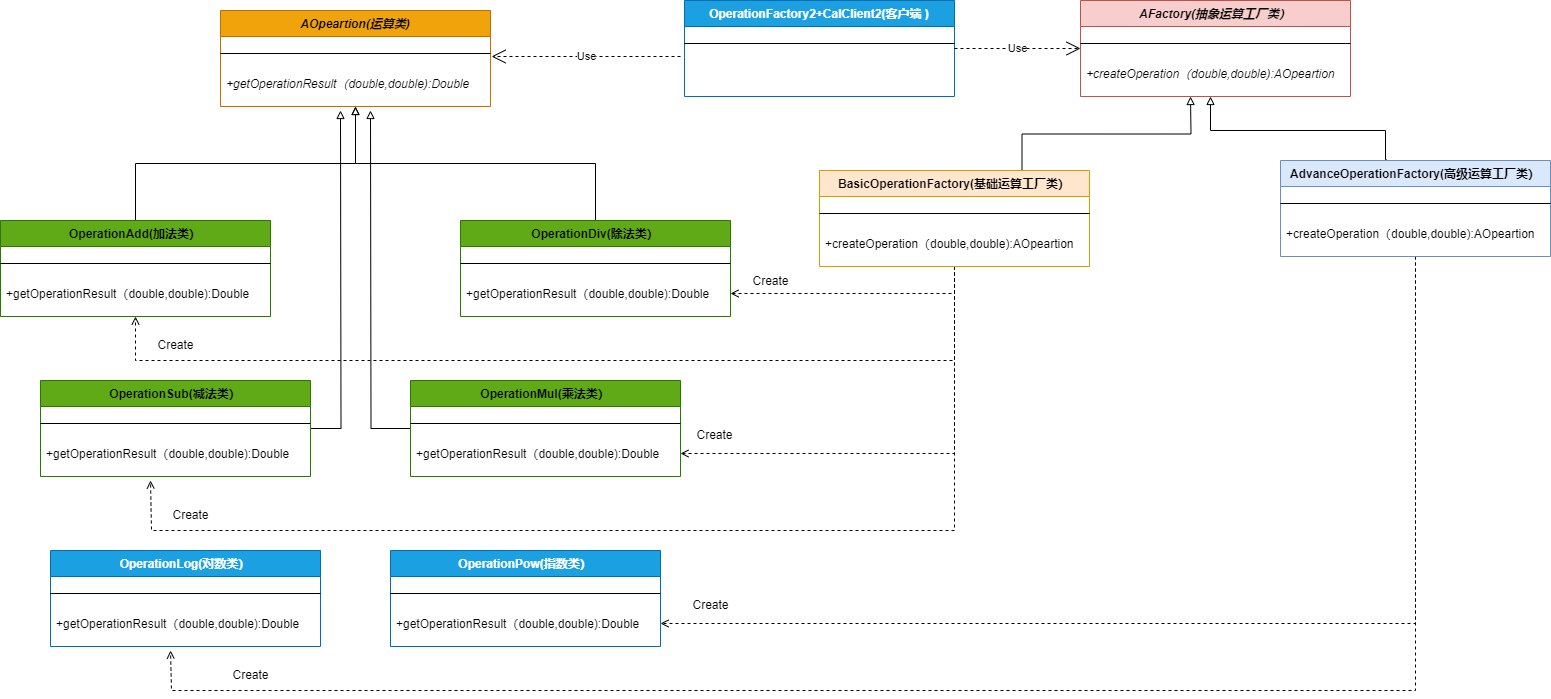
Earlier version of the draw.io export 简单工厂模式之升级计算器.drawio.png (uncle-Parker/picb). Source tidied: cells renumbered, new cells last; positions are measured from the earlier drawing's top-left corner, leaving out a move shared by most shapes.
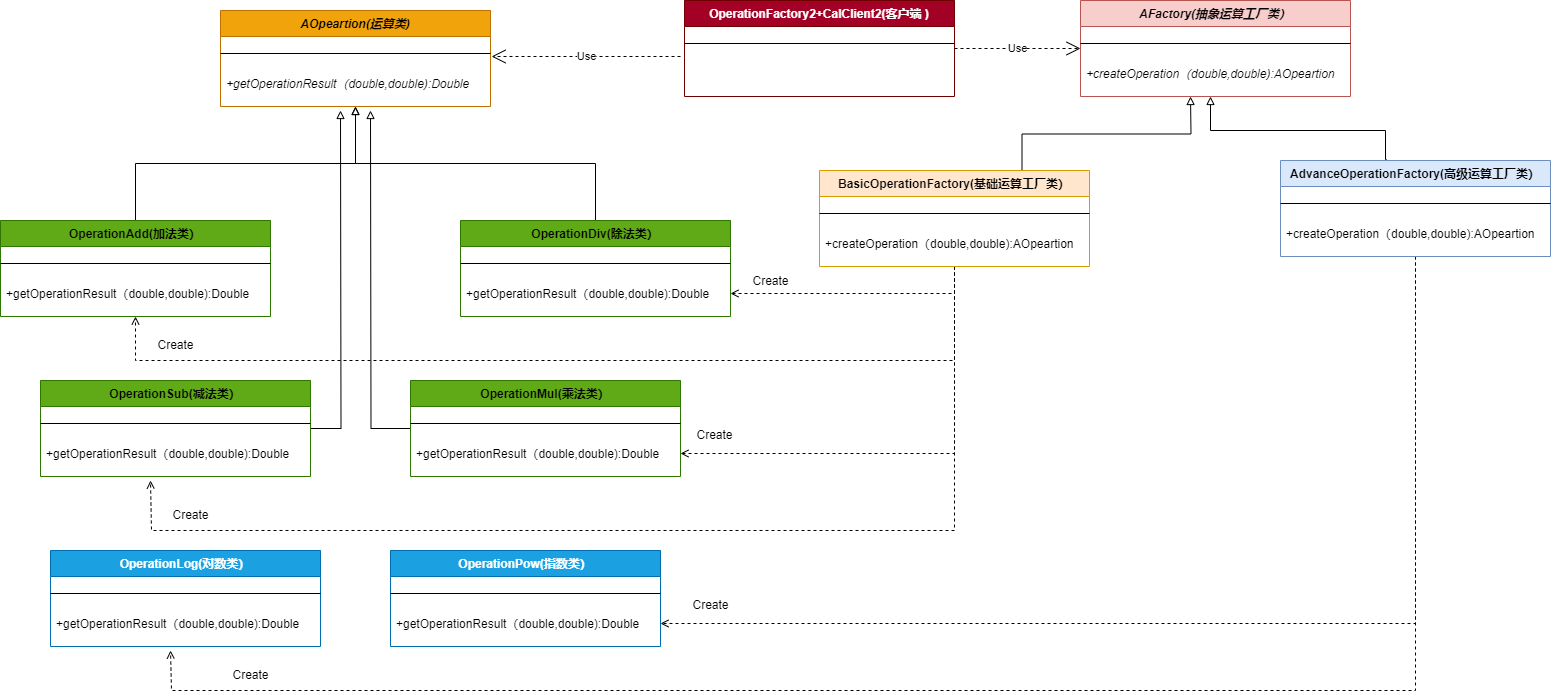
After the change.

Commit message:
更新简单工厂模式之升级计算器.drawio.png

Change to the diagram source:
```diff
@@ -63,7 +63,7 @@
     <mxCell id="20" value="+getOperationResult（double,double):Double" style="text;align=left;verticalAlign=top;spacingLeft=4;spacingRight=4;overflow=hidden;points=[[0,0.5],[1,0.5]];portConstraint=eastwest;" parent="18" vertex="1">
       <mxGeometry y="60" width="270" height="26" as="geometry" />
     </mxCell>
-    <mxCell id="21" value="OperationFactory2+CalClient2(客户端 )" style="swimlane;fontStyle=1;align=center;verticalAlign=top;horizontal=1;startSize=26;rounded=0;shadow=0;strokeWidth=1;fillColor=#1ba1e2;strokeColor=#006EAF;fontColor=#ffffff;" parent="1" vertex="1">
+    <mxCell id="21" value="OperationFactory2+CalClient2(客户端 )" style="swimlane;fontStyle=1;align=center;verticalAlign=top;horizontal=1;startSize=26;rounded=0;shadow=0;strokeWidth=1;fillColor=#a20025;strokeColor=#6F0000;fontColor=#ffffff;" parent="1" vertex="1">
       <mxGeometry x="684" width="270" height="96" as="geometry" />
     </mxCell>
     <mxCell id="22" style="line;html=1;strokeWidth=1;align=left;verticalAlign=middle;spacingTop=-1;spacingLeft=3;spacingRight=3;labelPosition=right;" parent="21" vertex="1">
```
